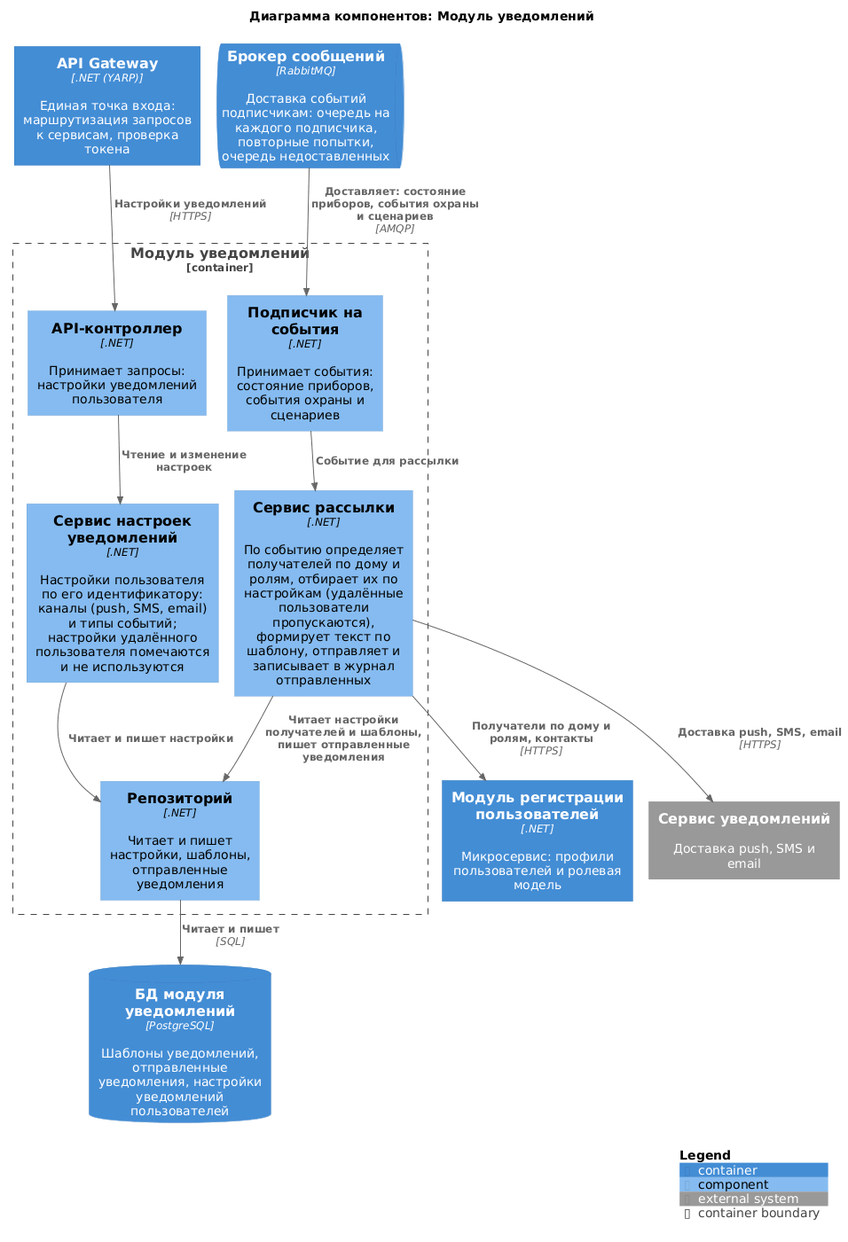
Before: diagrams/components/notification.png, a diagram exported from PlantUML (Lyamin-av/architecture-warmhouse).
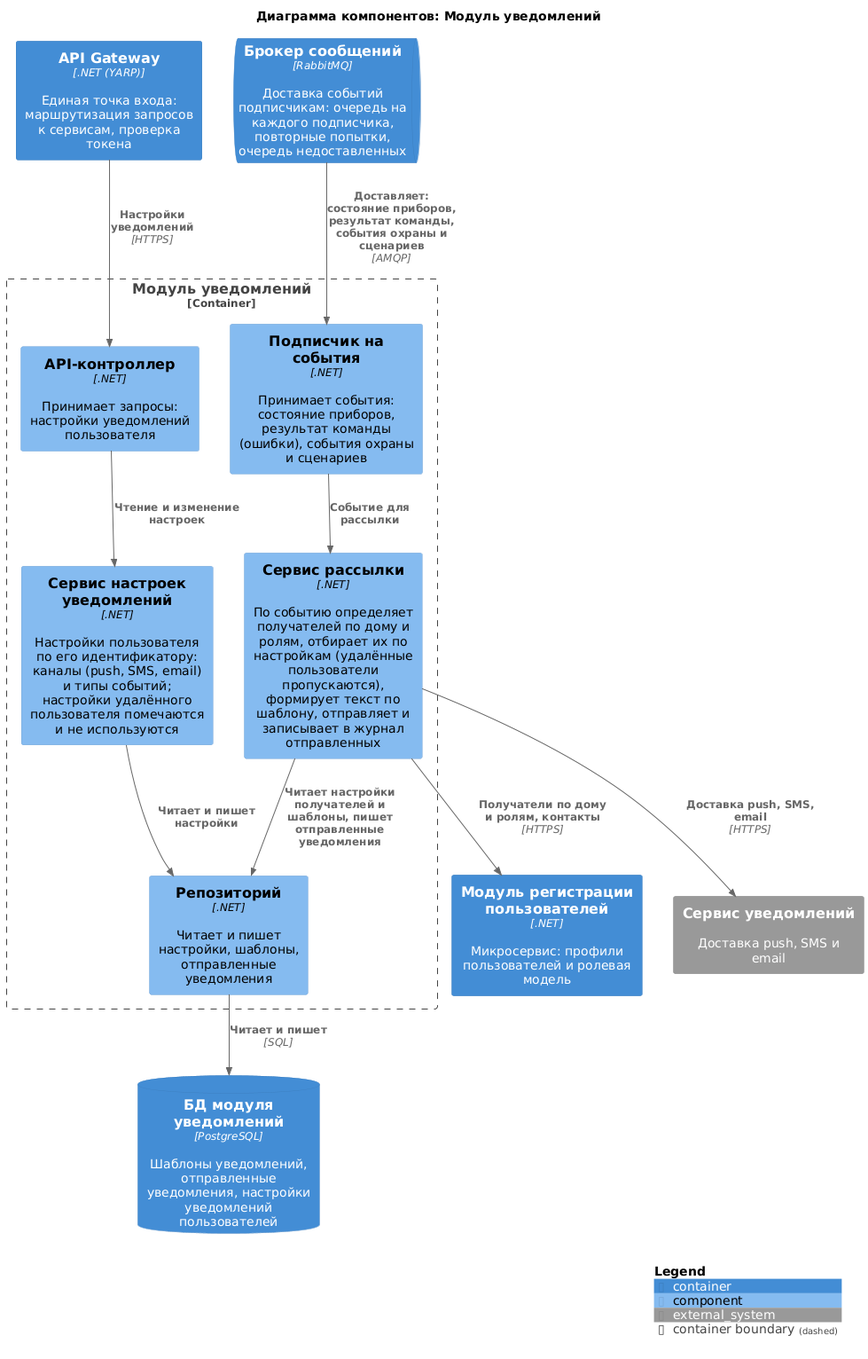
After the change.

Diff of the diagram source:
```diff
@@ -12,13 +12,13 @@
 Container_Boundary(Notification, "Модуль уведомлений") {
     Component(api, "API-контроллер", ".NET", "Принимает запросы: настройки уведомлений пользователя")
     Component(settings, "Сервис настроек уведомлений", ".NET", "Настройки пользователя по его идентификатору: каналы (push, SMS, email) и типы событий; настройки удалённого пользователя помечаются и не используются")
-    Component(subscriber, "Подписчик на события", ".NET", "Принимает события: состояние приборов, события охраны и сценариев")
+    Component(subscriber, "Подписчик на события", ".NET", "Принимает события: состояние приборов, результат команды (ошибки), события охраны и сценариев")
     Component(dispatcher, "Сервис рассылки", ".NET", "По событию определяет получателей по дому и ролям, отбирает их по настройкам (удалённые пользователи пропускаются), формирует текст по шаблону, отправляет и записывает в журнал отправленных")
     Component(repo, "Репозиторий", ".NET", "Читает и пишет настройки, шаблоны, отправленные уведомления")
 }
 
 Rel(Gateway, api, "Настройки уведомлений", "HTTPS")
-Rel(Broker, subscriber, "Доставляет: состояние приборов, события охраны и сценариев", "AMQP")
+Rel(Broker, subscriber, "Доставляет: состояние приборов, результат команды, события охраны и сценариев", "AMQP")
 
 Rel(api, settings, "Чтение и изменение настроек")
 Rel(subscriber, dispatcher, "Событие для рассылки")
```
